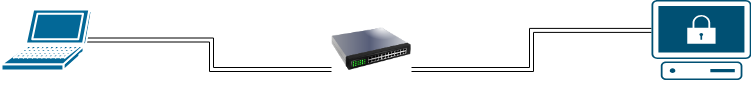
This is example_attack/ima/log4jlab.drawio.png from malware-d/template, a draw.io export, as it was before one commit. Source tidied: cells renumbered, new cells last; positions are measured from the earlier drawing's top-left corner, leaving out a move shared by most shapes.
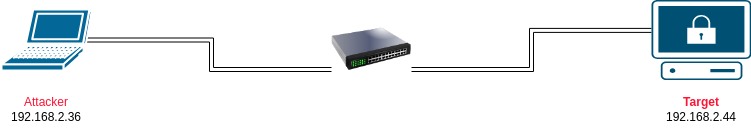
The same diagram one commit later.

Change to the diagram source:
```diff
@@ -17,5 +17,15 @@
     <mxCell id="6" style="image;html=1;image=img/lib/clip_art/networking/Switch_128x128.png;" parent="1" vertex="1">
       <mxGeometry x="330" y="10" width="80" height="80" as="geometry" />
     </mxCell>
+    <object id="7" label="&lt;font color=&quot;#ff1434&quot;&gt;Attacker&lt;/font&gt;&lt;div&gt;192.168.2.36&lt;/div&gt;" name="Variable" placeholders="1">
+      <mxCell style="text;html=1;strokeColor=none;fillColor=none;align=center;verticalAlign=middle;whiteSpace=wrap;overflow=hidden;" parent="1" vertex="1">
+        <mxGeometry x="5" y="90" width="80" height="39.5" as="geometry" />
+      </mxCell>
+    </object>
+    <object id="8" label="&lt;div&gt;&lt;b&gt;&lt;font color=&quot;#ff1434&quot;&gt;Target&lt;/font&gt;&lt;/b&gt;&lt;/div&gt;&lt;div&gt;192.168.2.44&lt;/div&gt;" name="Variable" placeholders="1">
+      <mxCell style="text;html=1;strokeColor=none;fillColor=none;align=center;verticalAlign=middle;whiteSpace=wrap;overflow=hidden;" parent="1" vertex="1">
+        <mxGeometry x="660" y="90" width="80" height="39.5" as="geometry" />
+      </mxCell>
+    </object>
   </root>
 </mxGraphModel>
```
